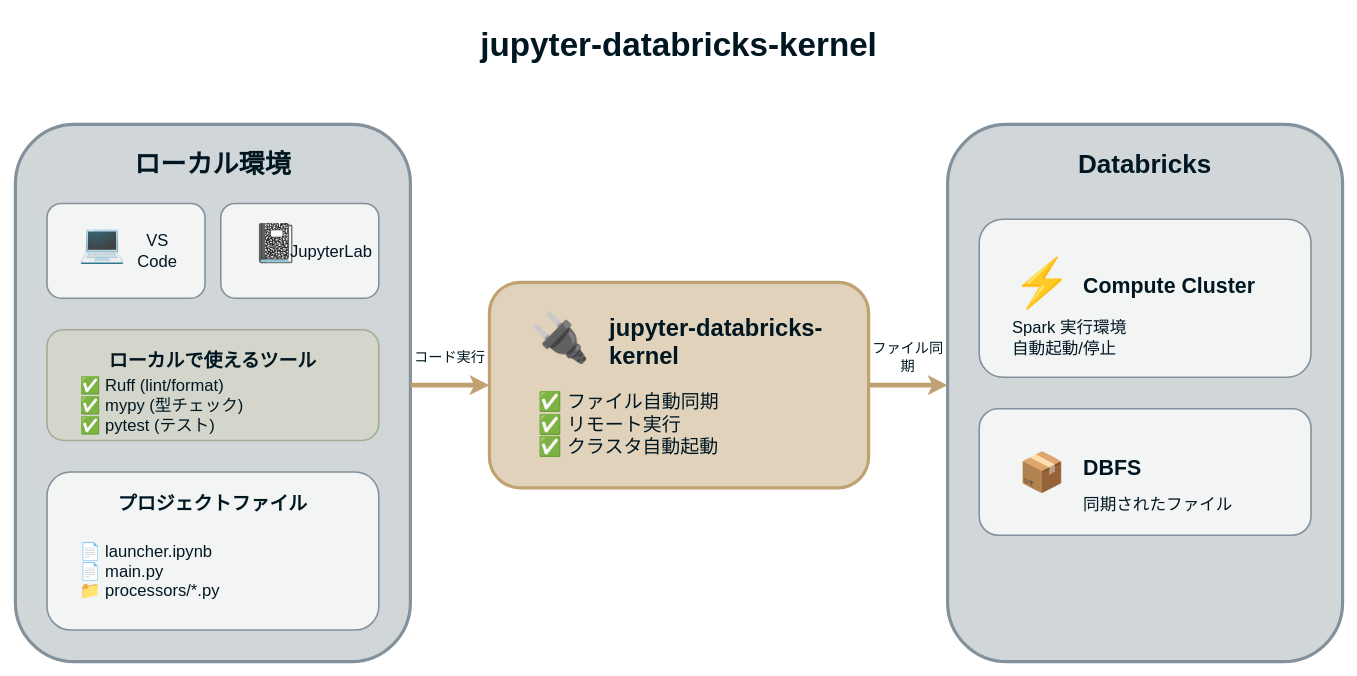
Above: assets/2025-12-xx-ai-ready-databricks/jupyter-databricks-kernel.drawio in i9wa4/i9wa4.github.io (draw.io), before the change. Source tidied: cells renumbered, new cells numbered last; positions are measured from the earlier drawing's top-left corner, leaving out a move shared by most shapes. Both pictures are drawn from the tidied source at 79%, with x=0, y=0 at pixel (15, 13).
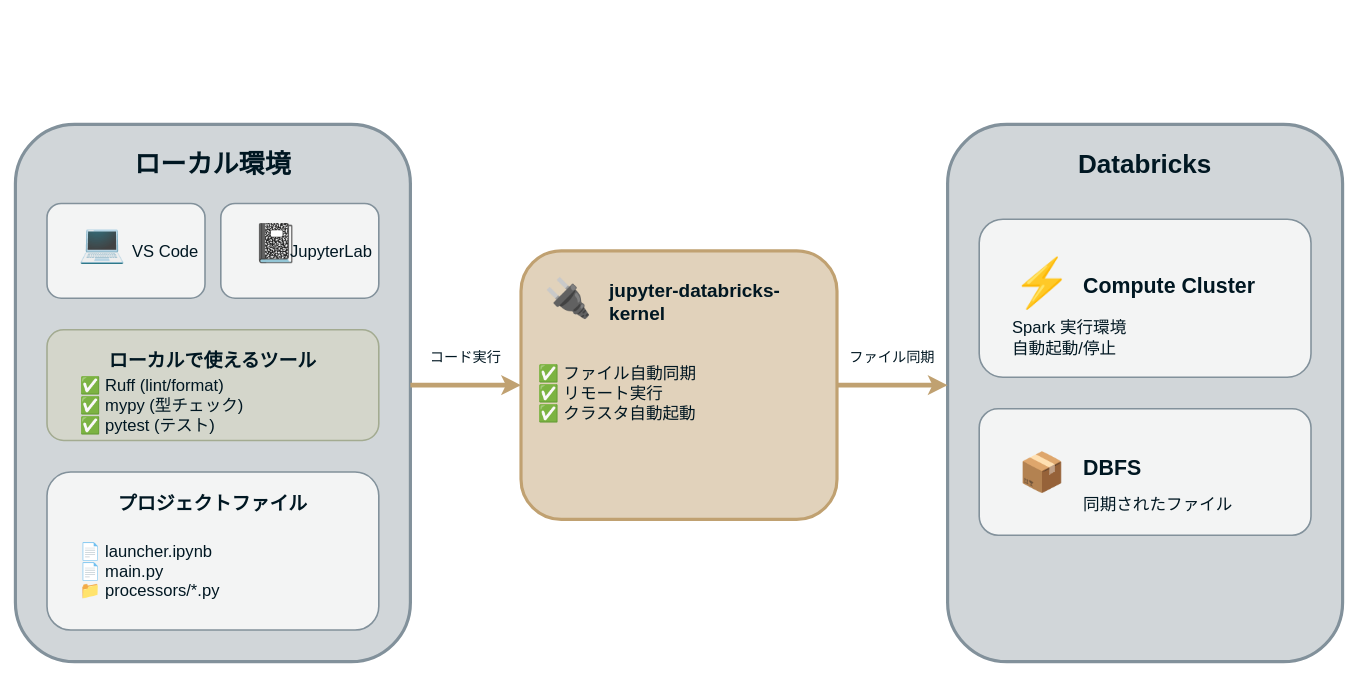
After the change.

The edit, as a diff of the source:
```diff
@@
-    <mxCell id="2" value="jupyter-databricks-kernel" style="text;html=1;strokeColor=none;fillColor=none;align=center;verticalAlign=middle;whiteSpace=wrap;rounded=0;fontSize=42;fontStyle=1;fontColor=#001722;" parent="1" vertex="1">
-      <mxGeometry x="540" width="600" height="80" as="geometry" />
-    </mxCell>
@@
     <mxCell id="7" value="VS Code" style="text;html=1;strokeColor=none;fillColor=none;align=center;verticalAlign=middle;whiteSpace=wrap;rounded=0;fontSize=21;fontColor=#001722;" parent="1" vertex="1">
-      <mxGeometry x="140" y="280" width="80" height="40" as="geometry" />
+      <mxGeometry x="130" y="280" width="120" height="40" as="geometry" />
     </mxCell>
@@
     <mxCell id="17" style="rounded=1;whiteSpace=wrap;html=1;fillColor=#e1d2bb;strokeColor=#c0a171;strokeWidth=4;" parent="1" vertex="1">
-      <mxGeometry x="600" y="340" width="480" height="260" as="geometry" />
+      <mxGeometry x="640" y="300" width="400" height="340" as="geometry" />
     </mxCell>
-    <mxCell id="18" value="🔌" style="text;html=1;strokeColor=none;fillColor=none;align=center;verticalAlign=middle;whiteSpace=wrap;rounded=0;fontSize=60;" parent="1" vertex="1">
-      <mxGeometry x="640" y="370" width="100" height="80" as="geometry" />
+    <mxCell id="18" value="🔌" style="text;html=1;strokeColor=none;fillColor=none;align=center;verticalAlign=middle;whiteSpace=wrap;rounded=0;fontSize=48;" parent="1" vertex="1">
+      <mxGeometry x="660" y="320" width="80" height="80" as="geometry" />
     </mxCell>
-    <mxCell id="19" value="jupyter-databricks-kernel" style="text;html=1;strokeColor=none;fillColor=none;align=left;verticalAlign=middle;whiteSpace=wrap;rounded=0;fontSize=30;fontStyle=1;fontColor=#001722;" parent="1" vertex="1">
-      <mxGeometry x="750" y="390" width="310" height="50" as="geometry" />
+    <mxCell id="19" value="jupyter-databricks-kernel" style="text;html=1;strokeColor=none;fillColor=none;align=left;verticalAlign=middle;whiteSpace=wrap;rounded=0;fontSize=24;fontStyle=1;fontColor=#001722;" parent="1" vertex="1">
+      <mxGeometry x="750" y="340" width="280" height="50" as="geometry" />
     </mxCell>
-    <mxCell id="20" value="✅ ファイル自動同期&lt;br&gt;✅ リモート実行&lt;br&gt;✅ クラスタ自動起動" style="text;html=1;strokeColor=none;fillColor=none;align=left;verticalAlign=middle;whiteSpace=wrap;rounded=0;fontSize=24;fontColor=#001722;" parent="1" vertex="1">
-      <mxGeometry x="660" y="460" width="380" height="120" as="geometry" />
+    <mxCell id="20" value="✅ ファイル自動同期&lt;br&gt;✅ リモート実行&lt;br&gt;✅ クラスタ自動起動" style="text;html=1;strokeColor=none;fillColor=none;align=left;verticalAlign=middle;whiteSpace=wrap;rounded=0;fontSize=21;fontColor=#001722;" parent="1" vertex="1">
+      <mxGeometry x="660" y="420" width="360" height="120" as="geometry" />
     </mxCell>
@@
     <mxCell id="31" style="endArrow=classic;html=1;strokeWidth=6;strokeColor=#c0a171;" parent="1" edge="1">
       <mxGeometry relative="1" as="geometry">
         <mxPoint x="500" y="470" as="sourcePoint" />
-        <mxPoint x="600" y="470" as="targetPoint" />
+        <mxPoint x="640" y="470" as="targetPoint" />
       </mxGeometry>
     </mxCell>
     <mxCell id="32" style="endArrow=classic;html=1;strokeWidth=6;strokeColor=#c0a171;" parent="1" edge="1">
       <mxGeometry relative="1" as="geometry">
-        <mxPoint x="1080" y="470" as="sourcePoint" />
+        <mxPoint x="1040" y="470" as="sourcePoint" />
         <mxPoint x="1180" y="470" as="targetPoint" />
       </mxGeometry>
     </mxCell>
     <mxCell id="33" value="コード実行" style="text;html=1;strokeColor=none;fillColor=none;align=center;verticalAlign=middle;whiteSpace=wrap;rounded=0;fontSize=18;fontColor=#001722;" parent="1" vertex="1">
-      <mxGeometry x="500" y="420" width="100" height="30" as="geometry" />
+      <mxGeometry x="510" y="420" width="120" height="30" as="geometry" />
     </mxCell>
     <mxCell id="34" value="ファイル同期" style="text;html=1;strokeColor=none;fillColor=none;align=center;verticalAlign=middle;whiteSpace=wrap;rounded=0;fontSize=18;fontColor=#001722;" parent="1" vertex="1">
-      <mxGeometry x="1080" y="420" width="100" height="30" as="geometry" />
+      <mxGeometry x="1050" y="420" width="120" height="30" as="geometry" />
     </mxCell>
```
